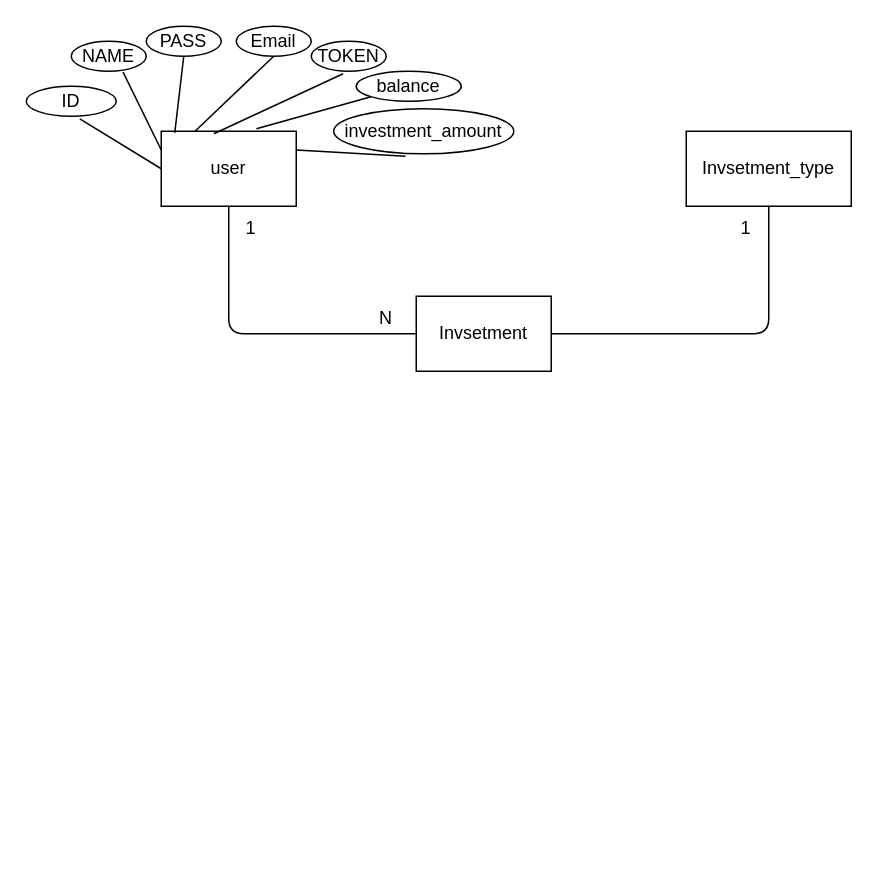
Above: DB.drawio in abdo0070/wallet-dashboard (draw.io), before the change. Source tidied: cells renumbered, new cells numbered last; positions are measured from the earlier drawing's top-left corner, leaving out a move shared by most shapes. Both pictures are drawn from the tidied source at 150%, with x=0, y=0 at pixel (26, 26).
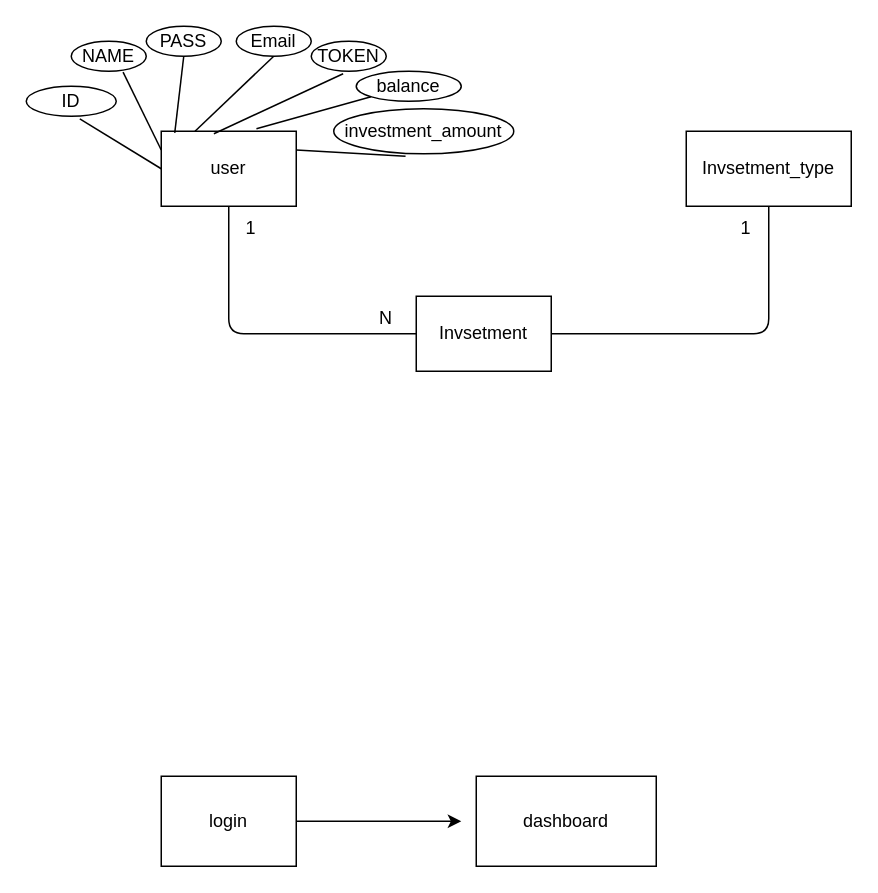
Above is the later version.

Diff of the diagram source:
```diff
@@
+    <mxCell id="24" value="login" style="rounded=0;whiteSpace=wrap;html=1;" parent="1" vertex="1">
+      <mxGeometry x="90" y="500" width="90" height="60" as="geometry" />
+    </mxCell>
+    <mxCell id="25" value="dashboard" style="rounded=0;whiteSpace=wrap;html=1;" parent="1" vertex="1">
+      <mxGeometry x="300" y="500" width="120" height="60" as="geometry" />
+    </mxCell>
+    <mxCell id="26" style="endArrow=classic;html=1;exitX=1;exitY=0.5;exitDx=0;exitDy=0;" parent="1" edge="1" source="24">
+      <mxGeometry relative="1" as="geometry">
+        <mxPoint x="290" y="530" as="targetPoint" />
+      </mxGeometry>
+    </mxCell>
```
